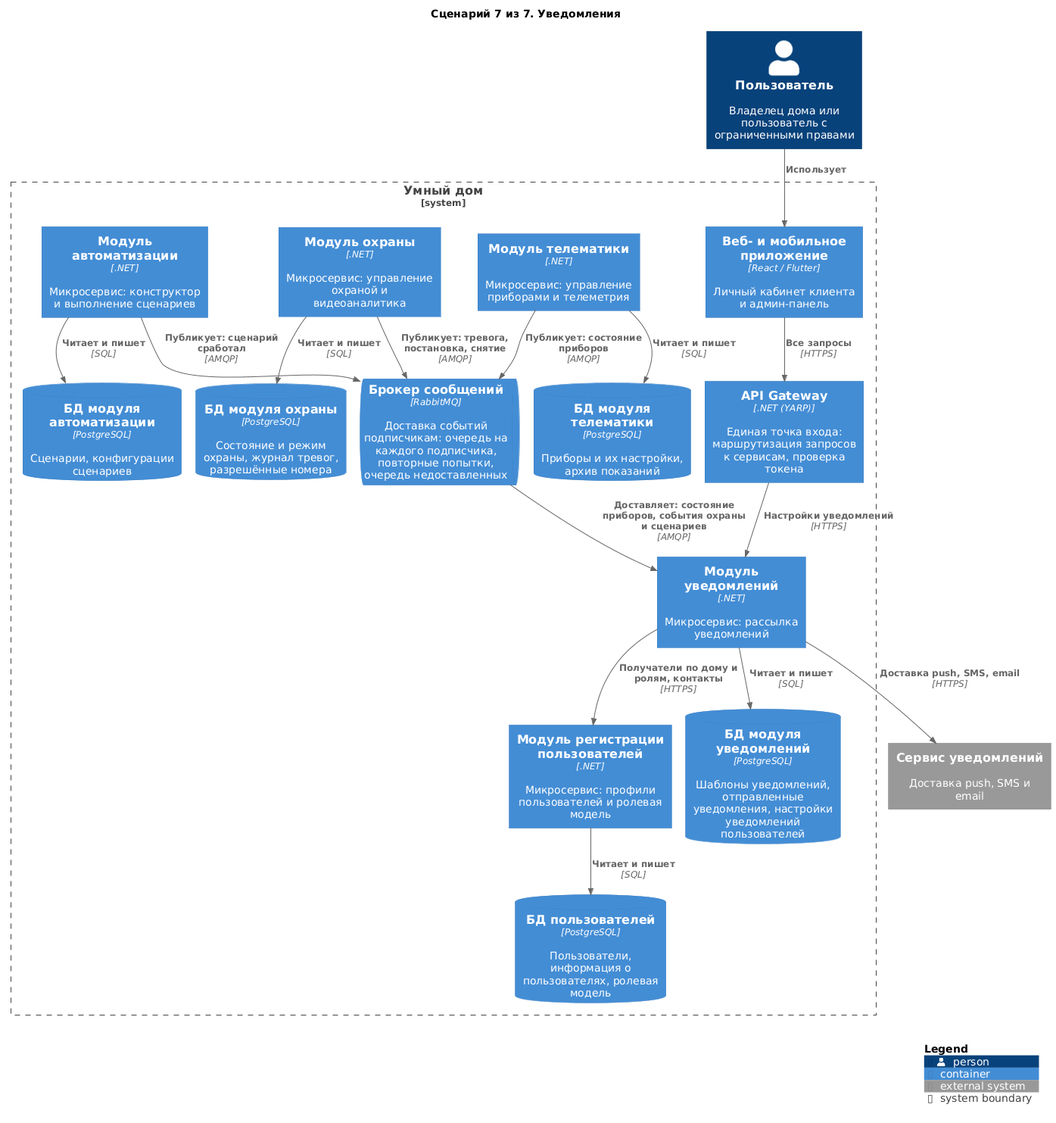
Earlier version of the PlantUML export diagrams/containers-scenarios/07-notifications.png (Lyamin-av/architecture-warmhouse). Source of this version:
```plantuml
@startuml 07-notifications
!include <C4/C4_Container>

title Сценарий 7 из 7. Уведомления

Person(user, "Пользователь", "Владелец дома или пользователь с ограниченными правами")

System_Boundary(Warmhouse, "Умный дом") {
    Container(apps, "Веб- и мобильное приложение", "React / Flutter", "Личный кабинет клиента и админ-панель")
    Container(Gateway, "API Gateway", ".NET (YARP)", "Единая точка входа: маршрутизация запросов к сервисам, проверка токена")
    Container(Notification, "Модуль уведомлений", ".NET", "Микросервис: рассылка уведомлений")
    Container(Users, "Модуль регистрации пользователей", ".NET", "Микросервис: профили пользователей и ролевая модель")
    ContainerQueue(Broker, "Брокер сообщений", "RabbitMQ", "Доставка событий подписчикам: очередь на каждого подписчика, повторные попытки, очередь недоставленных")
    Container(Telematics, "Модуль телематики", ".NET", "Микросервис: управление приборами и телеметрия")
    Container(Security, "Модуль охраны", ".NET", "Микросервис: управление охраной и видеоаналитика")
    Container(Automation, "Модуль автоматизации", ".NET", "Микросервис: конструктор и выполнение сценариев")
    ContainerDb(dbSecurity, "БД модуля охраны", "PostgreSQL", "Состояние и режим охраны, журнал тревог, разрешённые номера")
    ContainerDb(dbTelematics, "БД модуля телематики", "PostgreSQL", "Приборы и их настройки, архив показаний")
    ContainerDb(dbAuto, "БД модуля автоматизации", "PostgreSQL", "Сценарии, конфигурации сценариев")
    ContainerDb(dbNot, "БД модуля уведомлений", "PostgreSQL", "Шаблоны уведомлений, отправленные уведомления, настройки уведомлений пользователей")
    ContainerDb(dbUsers, "БД пользователей", "PostgreSQL", "Пользователи, информация о пользователях, ролевая модель")
}

System_Ext(notify, "Сервис уведомлений", "Доставка push, SMS и email")

Rel(user, apps, "Использует")
Rel(apps, Gateway, "Все запросы", "HTTPS")
Rel(Gateway, Notification, "Настройки уведомлений", "HTTPS")
Rel(Telematics, Broker, "Публикует: состояние приборов", "AMQP")
Rel(Security, Broker, "Публикует: тревога, постановка, снятие", "AMQP")
Rel(Automation, Broker, "Публикует: сценарий сработал", "AMQP")
Rel(Broker, Notification, "Доставляет: состояние приборов, события охраны и сценариев", "AMQP")
Rel(Notification, Users, "Получатели по дому и ролям, контакты", "HTTPS")
Rel(Notification, notify, "Доставка push, SMS, email", "HTTPS")

Rel(Security, dbSecurity, "Читает и пишет", "SQL")
Rel(Telematics, dbTelematics, "Читает и пишет", "SQL")
Rel(Automation, dbAuto, "Читает и пишет", "SQL")
Rel(Notification, dbNot, "Читает и пишет", "SQL")
Rel(Users, dbUsers, "Читает и пишет", "SQL")

SHOW_LEGEND()
@enduml
```
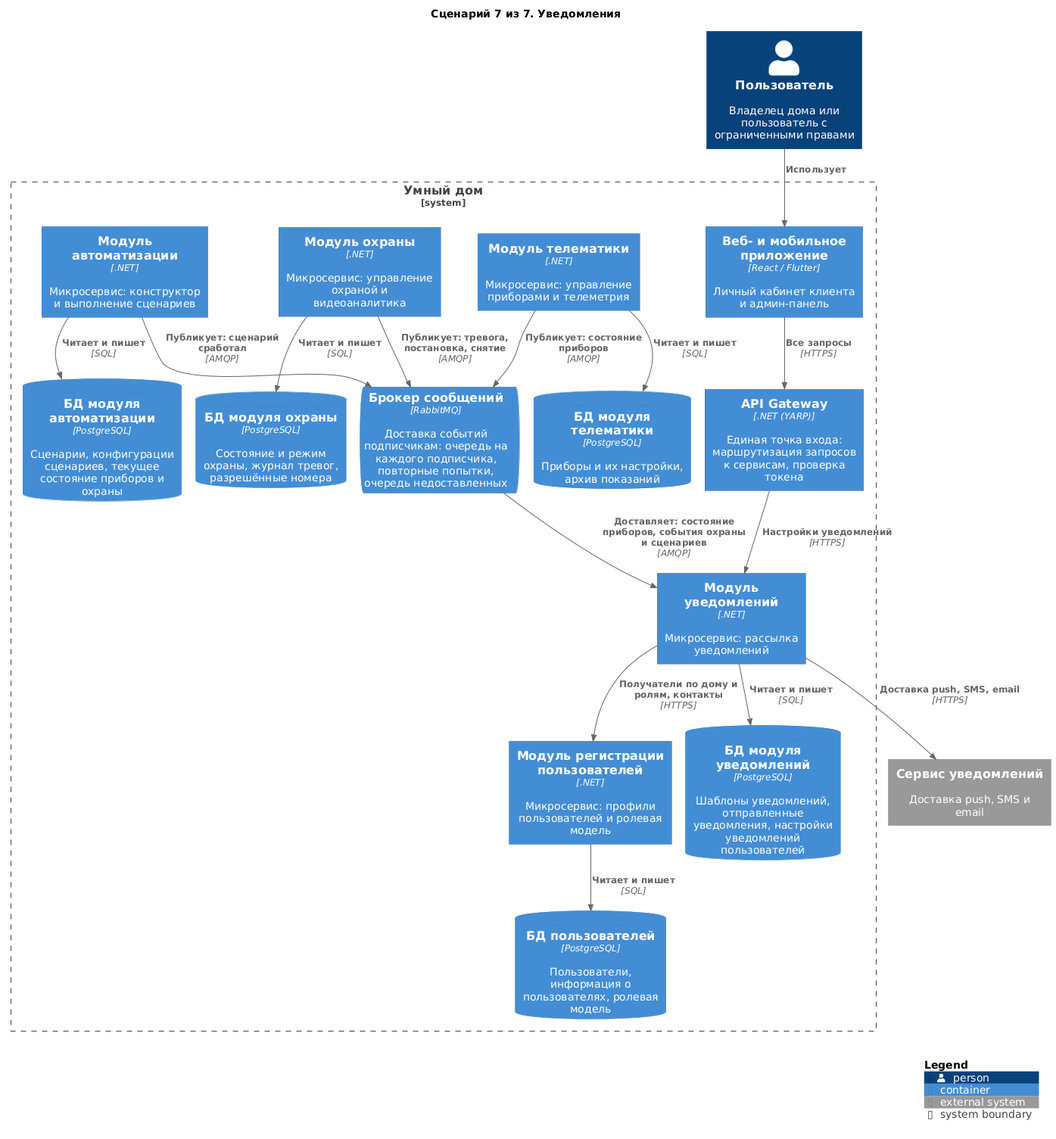
Above is the later version.

Commit message:
C4: диаграмма кода «Выполнение сценариев» (триггеры, условия по текущему состоянию, действия)

Change to the diagram source:
```diff
@@ -16,7 +16,7 @@
     Container(Automation, "Модуль автоматизации", ".NET", "Микросервис: конструктор и выполнение сценариев")
     ContainerDb(dbSecurity, "БД модуля охраны", "PostgreSQL", "Состояние и режим охраны, журнал тревог, разрешённые номера")
     ContainerDb(dbTelematics, "БД модуля телематики", "PostgreSQL", "Приборы и их настройки, архив показаний")
-    ContainerDb(dbAuto, "БД модуля автоматизации", "PostgreSQL", "Сценарии, конфигурации сценариев")
+    ContainerDb(dbAuto, "БД модуля автоматизации", "PostgreSQL", "Сценарии, конфигурации сценариев, текущее состояние приборов и охраны")
     ContainerDb(dbNot, "БД модуля уведомлений", "PostgreSQL", "Шаблоны уведомлений, отправленные уведомления, настройки уведомлений пользователей")
     ContainerDb(dbUsers, "БД пользователей", "PostgreSQL", "Пользователи, информация о пользователях, ролевая модель")
 }
```
